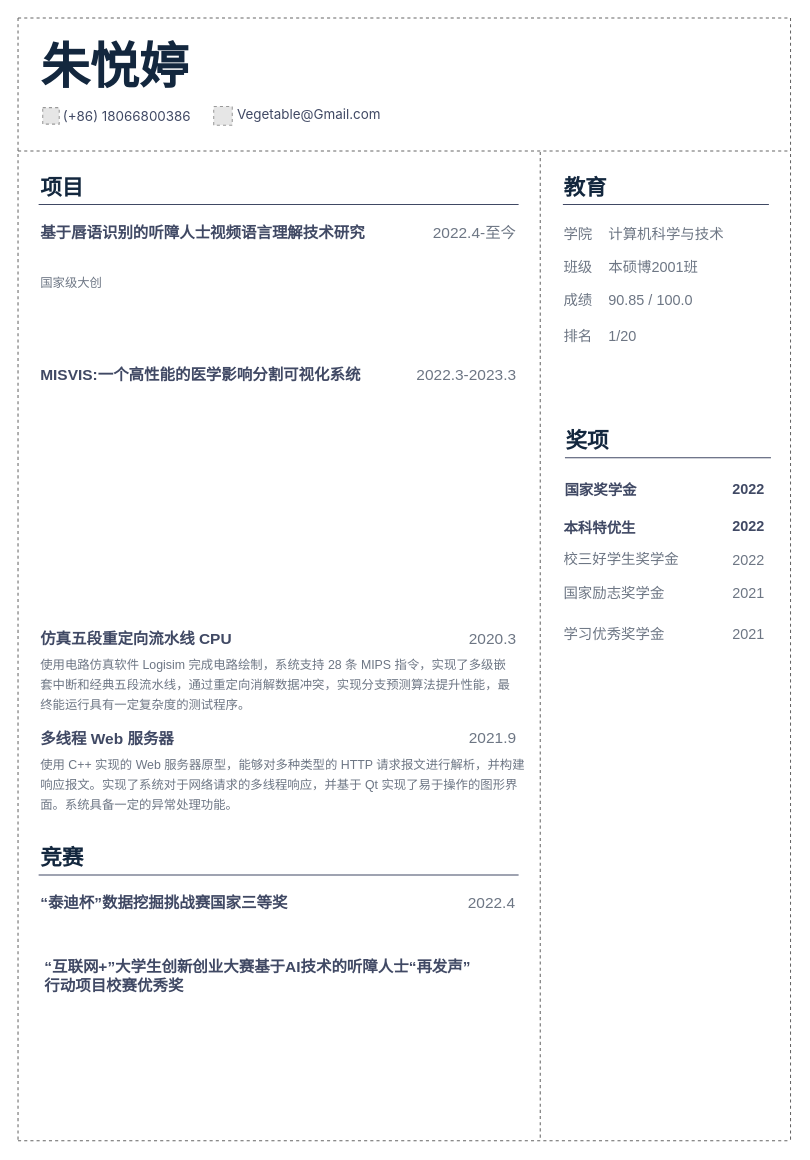
Above: source/DrawCV.drawio in Polycoriander/DrawCV (draw.io), before the change. Source tidied: cells renumbered, new cells numbered last; positions are measured from the earlier drawing's top-left corner, leaving out a move shared by most shapes. Both pictures are drawn from the tidied source at 103%, with x=0, y=0 at pixel (18, 18). Pictures stored in the file or linked from it are replaced by grey dashed boxes.
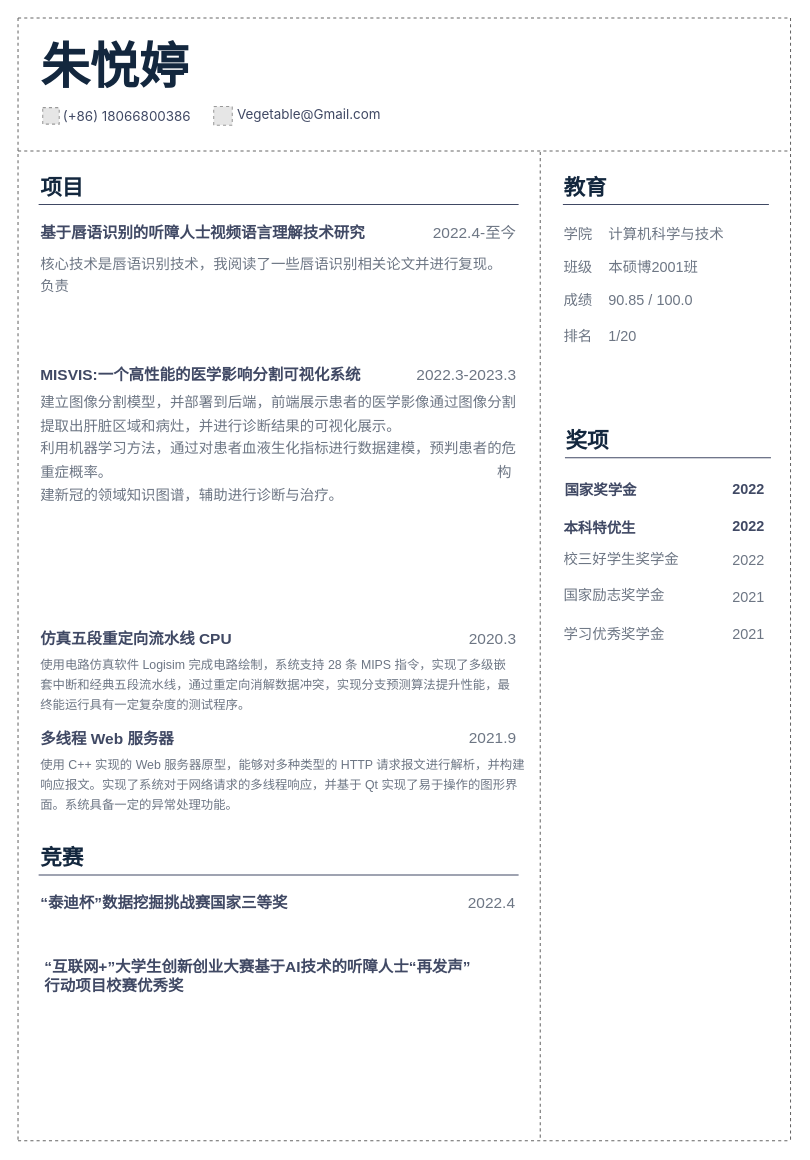
Above is the later version.

Change to the diagram source:
```diff
@@
     <mxCell id="20" value="&lt;font style=&quot;font-size: 14px;&quot;&gt;国家励志奖学金&lt;/font&gt;" style="text;html=1;strokeColor=none;fillColor=none;align=left;verticalAlign=middle;whiteSpace=wrap;rounded=0;fontFamily=Source Han Sans;fontSize=12;fontColor=#6D7684;fontStyle=0;" parent="1" vertex="1">
-      <mxGeometry x="528" y="547.8" width="143" height="23" as="geometry" />
+      <mxGeometry x="528" y="549.3" width="143" height="23" as="geometry" />
     </mxCell>
@@
     <mxCell id="23" value="&lt;font style=&quot;font-size: 14px;&quot;&gt;2021&lt;/font&gt;" style="text;html=1;strokeColor=none;fillColor=none;align=right;verticalAlign=middle;whiteSpace=wrap;rounded=0;fontFamily=Source Han Sans;fontSize=12;fontColor=#6D7684;fontStyle=0;" parent="1" vertex="1">
-      <mxGeometry x="697" y="549.3" width="30" height="20" as="geometry" />
+      <mxGeometry x="697" y="552.3" width="30" height="20" as="geometry" />
     </mxCell>
@@
-    <mxCell id="33" value="&lt;p style=&quot;line-height: 1.6;&quot;&gt;&lt;br&gt;&lt;/p&gt;" style="text;html=1;strokeColor=none;fillColor=none;align=left;verticalAlign=middle;whiteSpace=wrap;rounded=0;fontFamily=Source Han Sans;fontSize=12;fontColor=#6D7684;fontStyle=0;" parent="1" vertex="1">
+    <mxCell id="33" value="&lt;p style=&quot;border-color: var(--border-color); line-height: 1.6;&quot;&gt;&lt;span style=&quot;font-size: 14px;&quot;&gt;核心技术是唇语识别技术，我阅读了一些唇语识别相关论文并进行复现。&amp;nbsp; &amp;nbsp; 负责&amp;nbsp;&amp;nbsp;&lt;/span&gt;&lt;/p&gt;&lt;p style=&quot;border-color: var(--border-color); line-height: 1.6;&quot;&gt;&lt;span style=&quot;font-size: 14px;&quot;&gt;&lt;br&gt;&lt;/span&gt;&lt;/p&gt;&lt;div style=&quot;border-color: var(--border-color);&quot;&gt;&lt;br style=&quot;border-color: var(--border-color);&quot;&gt;&lt;/div&gt;" style="text;html=1;strokeColor=none;fillColor=none;align=left;verticalAlign=middle;whiteSpace=wrap;rounded=0;fontFamily=Source Han Sans;fontSize=12;fontColor=#6D7684;fontStyle=0;" parent="1" vertex="1">
       <mxGeometry x="20" y="227" width="466" height="93" as="geometry" />
     </mxCell>
@@
-    <mxCell id="47" value="&lt;p style=&quot;line-height: 1.6;&quot;&gt;国家级大创&lt;/p&gt;" style="text;html=1;strokeColor=none;fillColor=none;align=left;verticalAlign=middle;whiteSpace=wrap;rounded=0;fontFamily=Source Han Sans;fontSize=12;fontColor=#6D7684;fontStyle=0;" parent="1" vertex="1">
-      <mxGeometry x="20" y="230" width="466" height="55" as="geometry" />
+    <mxCell id="47" value="&lt;p style=&quot;line-height: 1.6;&quot;&gt;&lt;font style=&quot;font-size: 14px;&quot;&gt;&lt;font style=&quot;&quot;&gt;建立图像分割模型，并部署到后端，前端展示患者的医学影像通过图像分割提取出肝脏区域和病灶，并进行诊断结果的可视&lt;/font&gt;&lt;/font&gt;&lt;font style=&quot;font-size: 14px; background-color: initial;&quot;&gt;化展示。&amp;nbsp; &amp;nbsp; &amp;nbsp; &amp;nbsp; &amp;nbsp; &amp;nbsp; &amp;nbsp; &amp;nbsp; &amp;nbsp; &amp;nbsp; &amp;nbsp; &amp;nbsp; &amp;nbsp; &amp;nbsp; &lt;/font&gt;&lt;span style=&quot;background-color: initial; font-size: 14px;&quot;&gt;利用机器学习方法，通过对患者血液生化指标进行数据建模，预判患者的危重症概率。&amp;nbsp; &amp;nbsp; &amp;nbsp; &amp;nbsp; &amp;nbsp; &amp;nbsp; &amp;nbsp; &amp;nbsp; &amp;nbsp; &amp;nbsp; &amp;nbsp; &amp;nbsp; &amp;nbsp; &amp;nbsp; &amp;nbsp; &amp;nbsp; &amp;nbsp; &amp;nbsp; &amp;nbsp; &amp;nbsp; &amp;nbsp; &amp;nbsp; &amp;nbsp; &amp;nbsp; &amp;nbsp; &amp;nbsp; &amp;nbsp; &amp;nbsp; &amp;nbsp; &amp;nbsp; &amp;nbsp; &amp;nbsp; &amp;nbsp; &amp;nbsp; &amp;nbsp; &amp;nbsp; &amp;nbsp; &amp;nbsp; &amp;nbsp; &amp;nbsp; &amp;nbsp; &amp;nbsp; &amp;nbsp; &amp;nbsp; &amp;nbsp; &amp;nbsp; &amp;nbsp; &amp;nbsp; &lt;/span&gt;&lt;span style=&quot;background-color: initial; font-size: 14px;&quot;&gt;构建新冠的领域知识图谱，辅助进行诊断与治疗。&lt;/span&gt;&lt;/p&gt;&lt;div&gt;&lt;br&gt;&lt;/div&gt;" style="text;html=1;strokeColor=none;fillColor=none;align=left;verticalAlign=middle;whiteSpace=wrap;rounded=0;fontFamily=Source Han Sans;fontSize=12;fontColor=#6D7684;fontStyle=0;" parent="1" vertex="1">
+      <mxGeometry x="20" y="360" width="470" height="130" as="geometry" />
     </mxCell>
```
